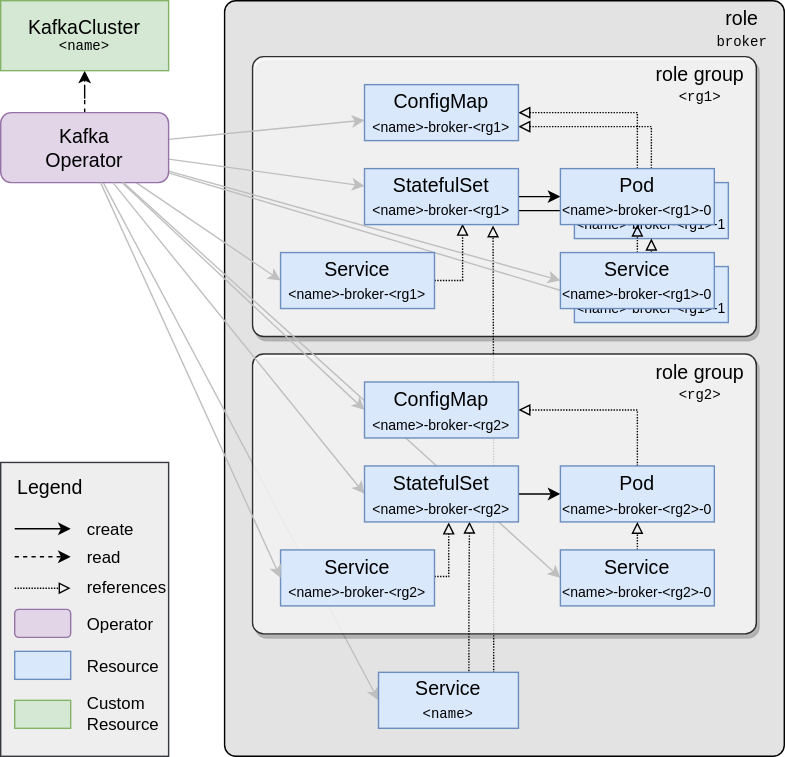
Before: docs/modules/kafka/images/kafka_overview.drawio.svg, a diagram exported from draw.io (stackabletech/kafka-operator). Source tidied: cells renumbered, new cells last; positions are measured from the earlier drawing's top-left corner, leaving out a move shared by most shapes.
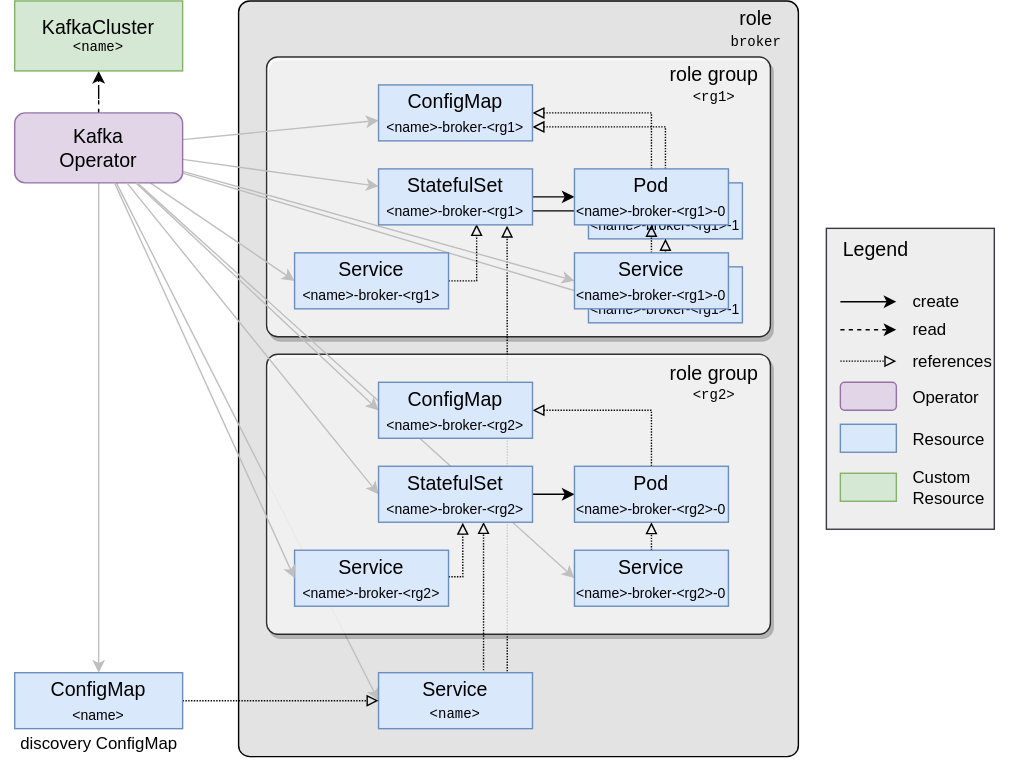
The same file after the commit.

The edit, as a diff of the source:
```diff
@@ -2,13 +2,16 @@
   <root>
     <mxCell id="0" />
     <mxCell id="1" parent="0" />
+    <mxCell id="61" style="edgeStyle=orthogonalEdgeStyle;rounded=0;jettySize=auto;html=1;entryX=0.5;entryY=0;entryDx=0;entryDy=0;strokeColor=#BFBFBF;" parent="1" edge="1" source="16" target="63">
+      <mxGeometry relative="1" as="geometry" />
+    </mxCell>
     <mxCell id="2" style="rounded=1;whiteSpace=wrap;html=1;align=left;verticalAlign=top;arcSize=2;fillColor=#E3E3E3;" parent="1" vertex="1">
       <mxGeometry x="160" width="400" height="540" as="geometry" />
     </mxCell>
     <mxCell id="3" style="rounded=1;whiteSpace=wrap;html=1;align=left;verticalAlign=top;glass=0;shadow=1;arcSize=4;opacity=80;" parent="1" vertex="1">
       <mxGeometry x="180" y="40" width="360" height="200" as="geometry" />
     </mxCell>
-    <mxCell id="4" style="edgeStyle=orthogonalEdgeStyle;rounded=0;jettySize=auto;html=1;exitX=0.823;exitY=0.011;exitDx=0;exitDy=0;entryX=0.835;entryY=1.015;entryDx=0;entryDy=0;entryPerimeter=0;exitPerimeter=0;endArrow=block;endFill=0;dashed=1;dashPattern=1 1;" parent="1" edge="1" source="42" target="59">
+    <mxCell id="4" style="edgeStyle=orthogonalEdgeStyle;rounded=0;jettySize=auto;html=1;exitX=0.836;exitY=-0.025;exitDx=0;exitDy=0;entryX=0.835;entryY=1.015;entryDx=0;entryDy=0;entryPerimeter=0;exitPerimeter=0;endArrow=block;endFill=0;dashed=1;dashPattern=1 1;" parent="1" edge="1" source="42" target="59">
       <mxGeometry relative="1" as="geometry" />
     </mxCell>
     <mxCell id="5" style="edgeStyle=orthogonalEdgeStyle;rounded=0;jettySize=auto;html=1;entryX=1;entryY=0.75;entryDx=0;entryDy=0;exitX=0.5;exitY=0;exitDx=0;exitDy=0;dashed=1;dashPattern=1 1;endArrow=block;endFill=0;" parent="1" edge="1" source="7" target="21">
@@ -21,7 +24,7 @@
       <mxGeometry x="410" y="130" width="110" height="40" as="geometry" />
     </mxCell>
     <mxCell id="8" style="rounded=0;whiteSpace=wrap;html=1;fillColor=#eeeeee;strokeColor=#36393d;" parent="1" vertex="1">
-      <mxGeometry y="330" width="120" height="210" as="geometry" />
+      <mxGeometry x="580" y="162.5" width="120" height="215" as="geometry" />
     </mxCell>
     <mxCell id="9" style="edgeStyle=orthogonalEdgeStyle;rounded=0;jettySize=auto;html=1;entryX=0.5;entryY=1;entryDx=0;entryDy=0;dashed=1;" parent="1" edge="1" source="16" target="22">
       <mxGeometry relative="1" as="geometry" />
@@ -67,42 +70,42 @@
     </mxCell>
     <mxCell id="23" style="endArrow=classic;html=1;rounded=0;" parent="1" edge="1">
       <mxGeometry relative="1" as="geometry">
-        <mxPoint x="10" y="377.4" as="sourcePoint" />
-        <mxPoint x="50" y="377.4" as="targetPoint" />
+        <mxPoint x="590" y="214.9" as="sourcePoint" />
+        <mxPoint x="630" y="214.9" as="targetPoint" />
       </mxGeometry>
     </mxCell>
     <mxCell id="24" style="endArrow=classic;html=1;rounded=0;dashed=1;" parent="1" edge="1">
       <mxGeometry relative="1" as="geometry">
-        <mxPoint x="10" y="397.4" as="sourcePoint" />
-        <mxPoint x="50" y="397.4" as="targetPoint" />
+        <mxPoint x="590" y="234.9" as="sourcePoint" />
+        <mxPoint x="630" y="234.9" as="targetPoint" />
       </mxGeometry>
     </mxCell>
     <mxCell id="25" value="create" style="text;html=1;align=left;verticalAlign=middle;strokeColor=none;fillColor=none;" parent="1" vertex="1">
-      <mxGeometry x="60" y="362.5" width="60" height="30" as="geometry" />
+      <mxGeometry x="640" y="200" width="60" height="30" as="geometry" />
     </mxCell>
     <mxCell id="26" value="read" style="text;html=1;align=left;verticalAlign=middle;strokeColor=none;fillColor=none;" parent="1" vertex="1">
-      <mxGeometry x="60" y="382.5" width="50" height="30" as="geometry" />
+      <mxGeometry x="640" y="220" width="50" height="30" as="geometry" />
     </mxCell>
     <mxCell id="27" value="&lt;font style=&quot;font-size: 14px;&quot;&gt;Legend&lt;/font&gt;" style="text;html=1;align=center;verticalAlign=middle;strokeColor=none;fillColor=none;" parent="1" vertex="1">
-      <mxGeometry y="332.5" width="70" height="30" as="geometry" />
+      <mxGeometry x="580" y="162.5" width="70" height="30" as="geometry" />
     </mxCell>
     <mxCell id="28" style="rounded=1;whiteSpace=wrap;html=1;shadow=0;glass=0;sketch=0;fontSize=14;fillColor=#e1d5e7;strokeColor=#9673a6;" parent="1" vertex="1">
-      <mxGeometry x="10" y="435" width="40" height="20" as="geometry" />
+      <mxGeometry x="590" y="272.5" width="40" height="20" as="geometry" />
     </mxCell>
     <mxCell id="29" value="&lt;font style=&quot;font-size: 12px;&quot;&gt;Operator&lt;/font&gt;" style="text;html=1;align=left;verticalAlign=middle;strokeColor=none;fillColor=none;fontSize=14;" parent="1" vertex="1">
-      <mxGeometry x="60" y="430" width="70" height="30" as="geometry" />
+      <mxGeometry x="640" y="267.5" width="70" height="30" as="geometry" />
     </mxCell>
     <mxCell id="30" style="rounded=0;whiteSpace=wrap;html=1;shadow=0;glass=0;sketch=0;fontSize=14;fillColor=#dae8fc;strokeColor=#6c8ebf;" parent="1" vertex="1">
-      <mxGeometry x="10" y="465" width="40" height="20" as="geometry" />
+      <mxGeometry x="590" y="302.5" width="40" height="20" as="geometry" />
     </mxCell>
     <mxCell id="31" value="&lt;font style=&quot;font-size: 12px;&quot;&gt;Resource&lt;/font&gt;" style="text;html=1;align=left;verticalAlign=middle;strokeColor=none;fillColor=none;fontSize=14;" parent="1" vertex="1">
-      <mxGeometry x="60" y="460" width="70" height="30" as="geometry" />
+      <mxGeometry x="640" y="297.5" width="70" height="30" as="geometry" />
     </mxCell>
     <mxCell id="32" style="rounded=0;whiteSpace=wrap;html=1;shadow=0;glass=0;sketch=0;fontSize=14;fillColor=#d5e8d4;strokeColor=#82b366;" parent="1" vertex="1">
-      <mxGeometry x="10" y="500" width="40" height="20" as="geometry" />
+      <mxGeometry x="590" y="337.5" width="40" height="20" as="geometry" />
     </mxCell>
     <mxCell id="33" value="&lt;div style=&quot;font-size: 12px;&quot;&gt;&lt;font style=&quot;font-size: 12px;&quot;&gt;Custom&lt;/font&gt;&lt;/div&gt;&lt;div style=&quot;font-size: 12px;&quot;&gt;&lt;font style=&quot;font-size: 12px;&quot;&gt;Resource&lt;br&gt;&lt;/font&gt;&lt;/div&gt;" style="text;html=1;align=left;verticalAlign=middle;strokeColor=none;fillColor=none;fontSize=14;" parent="1" vertex="1">
-      <mxGeometry x="60" y="490" width="70" height="40" as="geometry" />
+      <mxGeometry x="640" y="327.5" width="70" height="40" as="geometry" />
     </mxCell>
     <mxCell id="34" value="&lt;font style=&quot;font-size: 14px;&quot;&gt;role group&lt;/font&gt;&lt;br&gt;&lt;font style=&quot;font-size: 10px;&quot; face=&quot;Courier New&quot;&gt;&amp;lt;rg1&amp;gt;&lt;/font&gt;" style="text;html=1;strokeColor=none;fillColor=none;align=center;verticalAlign=middle;whiteSpace=wrap;rounded=0;" parent="1" vertex="1">
       <mxGeometry x="460" y="45" width="80" height="30" as="geometry" />
@@ -128,11 +131,11 @@
     <mxCell id="40" value="Pod&lt;br&gt;&lt;div&gt;&lt;font style=&quot;font-size: 10px;&quot;&gt;&amp;lt;name&amp;gt;-broker-&amp;lt;rg2&amp;gt;-0&lt;/font&gt;&lt;/div&gt;" style="rounded=0;whiteSpace=wrap;html=1;fillColor=#dae8fc;strokeColor=#6c8ebf;fontSize=14;" parent="1" vertex="1">
       <mxGeometry x="400" y="332.5" width="110" height="40" as="geometry" />
     </mxCell>
-    <mxCell id="41" style="edgeStyle=orthogonalEdgeStyle;rounded=0;jettySize=auto;html=1;exitX=0.646;exitY=-0.021;exitDx=0;exitDy=0;entryX=0.682;entryY=0.995;entryDx=0;entryDy=0;entryPerimeter=0;exitPerimeter=0;dashed=1;dashPattern=1 1;endArrow=block;endFill=0;" parent="1" edge="1" source="42" target="57">
+    <mxCell id="41" style="edgeStyle=orthogonalEdgeStyle;rounded=0;jettySize=auto;html=1;exitX=0.682;exitY=-0.042;exitDx=0;exitDy=0;entryX=0.682;entryY=0.995;entryDx=0;entryDy=0;entryPerimeter=0;exitPerimeter=0;dashed=1;dashPattern=1 1;endArrow=block;endFill=0;" parent="1" edge="1" source="42" target="57">
       <mxGeometry relative="1" as="geometry" />
     </mxCell>
     <mxCell id="42" value="&lt;div style=&quot;font-size: 14px;&quot;&gt;Service&lt;br&gt;&lt;font style=&quot;font-size: 10px;&quot; face=&quot;Courier New&quot;&gt;&amp;lt;name&amp;gt;&lt;/font&gt;&lt;br&gt;&lt;/div&gt;" style="rounded=0;whiteSpace=wrap;html=1;fillColor=#dae8fc;strokeColor=#6c8ebf;fontSize=14;" parent="1" vertex="1">
-      <mxGeometry x="270" y="480" width="100" height="40" as="geometry" />
+      <mxGeometry x="260" y="480" width="110" height="40" as="geometry" />
     </mxCell>
     <mxCell id="43" value="&lt;div&gt;&lt;font style=&quot;font-size: 14px;&quot;&gt;role&lt;/font&gt;&lt;font size=&quot;1&quot;&gt;&lt;font&gt;&lt;font face=&quot;Courier New&quot;&gt;&lt;br&gt;&lt;/font&gt;&lt;/font&gt;&lt;/font&gt;&lt;/div&gt;&lt;div&gt;&lt;font size=&quot;1&quot;&gt;&lt;font&gt;&lt;font face=&quot;Courier New&quot;&gt;broker&lt;br&gt;&lt;/font&gt;&lt;/font&gt;&lt;/font&gt;&lt;/div&gt;" style="text;html=1;strokeColor=none;fillColor=none;align=center;verticalAlign=middle;whiteSpace=wrap;rounded=0;" parent="1" vertex="1">
       <mxGeometry x="500" y="5" width="60" height="30" as="geometry" />
@@ -144,12 +147,12 @@
       <mxGeometry relative="1" as="geometry" />
     </mxCell>
     <mxCell id="46" value="references" style="text;html=1;align=left;verticalAlign=middle;strokeColor=none;fillColor=none;" parent="1" vertex="1">
-      <mxGeometry x="60" y="405" width="80" height="30" as="geometry" />
+      <mxGeometry x="640" y="242.5" width="80" height="30" as="geometry" />
     </mxCell>
     <mxCell id="47" style="endArrow=block;html=1;rounded=0;endFill=0;dashed=1;dashPattern=1 1;" parent="1" edge="1">
       <mxGeometry relative="1" as="geometry">
-        <mxPoint x="10" y="419.9" as="sourcePoint" />
-        <mxPoint x="50" y="419.9" as="targetPoint" />
+        <mxPoint x="590" y="257.4" as="sourcePoint" />
+        <mxPoint x="630" y="257.4" as="targetPoint" />
       </mxGeometry>
     </mxCell>
     <mxCell id="48" value="&lt;font style=&quot;font-size: 14px;&quot;&gt;role group&lt;/font&gt;&lt;br&gt;&lt;div&gt;&lt;font style=&quot;font-size: 10px;&quot; face=&quot;Courier New&quot;&gt;&amp;lt;rg2&amp;gt;&lt;/font&gt;&lt;/div&gt;" style="text;html=1;strokeColor=none;fillColor=none;align=center;verticalAlign=middle;whiteSpace=wrap;rounded=0;" parent="1" vertex="1">
@@ -195,5 +198,14 @@
     <mxCell id="60" value="Service&lt;br&gt;&lt;div&gt;&lt;font style=&quot;font-size: 10px;&quot;&gt;&amp;lt;name&amp;gt;-broker-&amp;lt;rg1&amp;gt;&lt;/font&gt;&lt;/div&gt;" style="rounded=0;whiteSpace=wrap;html=1;fillColor=#dae8fc;strokeColor=#6c8ebf;fontSize=14;" parent="1" vertex="1">
       <mxGeometry x="200" y="180" width="110" height="40" as="geometry" />
     </mxCell>
+    <mxCell id="62" style="edgeStyle=orthogonalEdgeStyle;rounded=0;jettySize=auto;html=1;exitX=1;exitY=0.5;exitDx=0;exitDy=0;entryX=0;entryY=0.5;entryDx=0;entryDy=0;endArrow=block;endFill=0;dashed=1;dashPattern=1 1;" parent="1" edge="1" source="63" target="42">
+      <mxGeometry relative="1" as="geometry" />
+    </mxCell>
+    <mxCell id="63" value="ConfigMap&lt;br&gt;&lt;div&gt;&lt;font style=&quot;font-size: 10px;&quot;&gt;&amp;lt;name&amp;gt;&lt;/font&gt;&lt;/div&gt;" style="rounded=0;whiteSpace=wrap;html=1;fillColor=#dae8fc;strokeColor=#6c8ebf;fontSize=14;" parent="1" vertex="1">
+      <mxGeometry y="480" width="120" height="40" as="geometry" />
+    </mxCell>
+    <mxCell id="64" value="&lt;font style=&quot;font-size: 12px;&quot;&gt;discovery ConfigMap&lt;/font&gt;" style="text;html=1;align=center;verticalAlign=middle;strokeColor=none;fillColor=none;" parent="1" vertex="1">
+      <mxGeometry x="-10" y="515.5" width="140" height="30" as="geometry" />
+    </mxCell>
   </root>
 </mxGraphModel>
```
